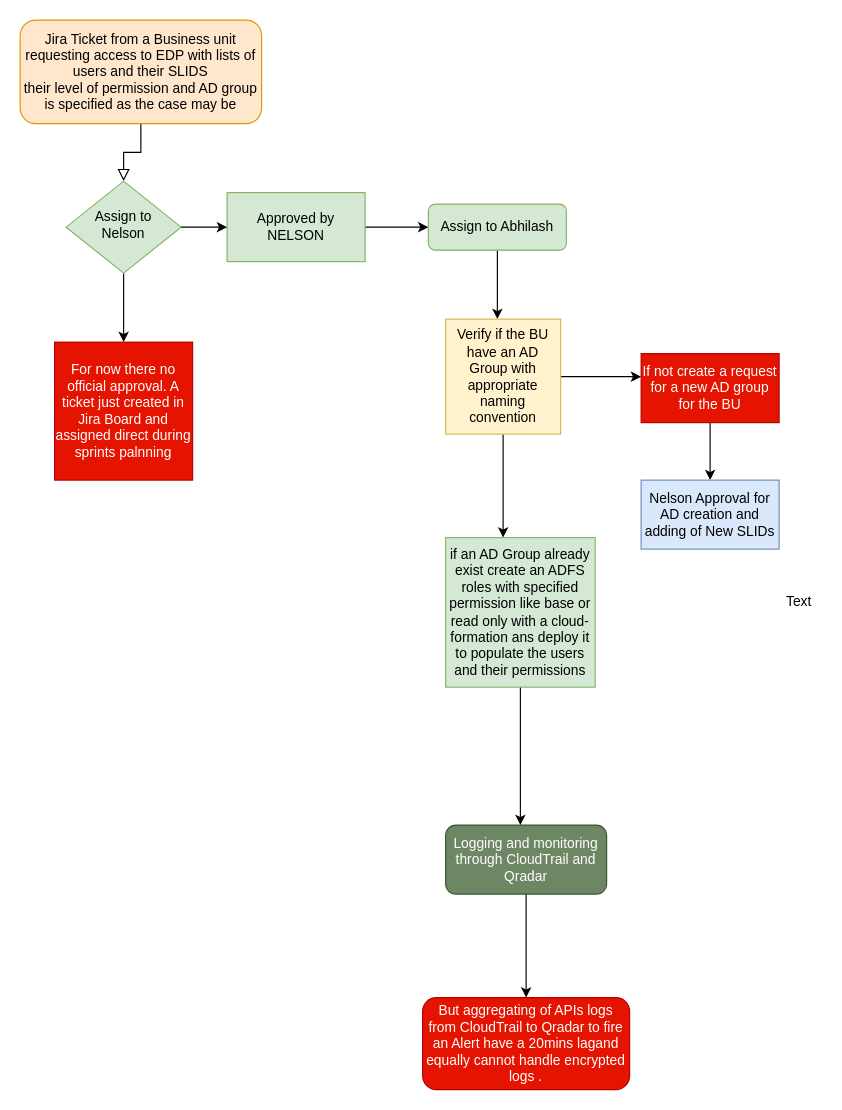
Above: IAM FOLWCHAT .drawio in devopseze/agbaeze (draw.io), before the change. Source tidied: cells renumbered, new cells numbered last; positions are measured from the earlier drawing's top-left corner, leaving out a move shared by most shapes. Both pictures are drawn from the tidied source at 115%, with x=0, y=0 at pixel (20, 20).
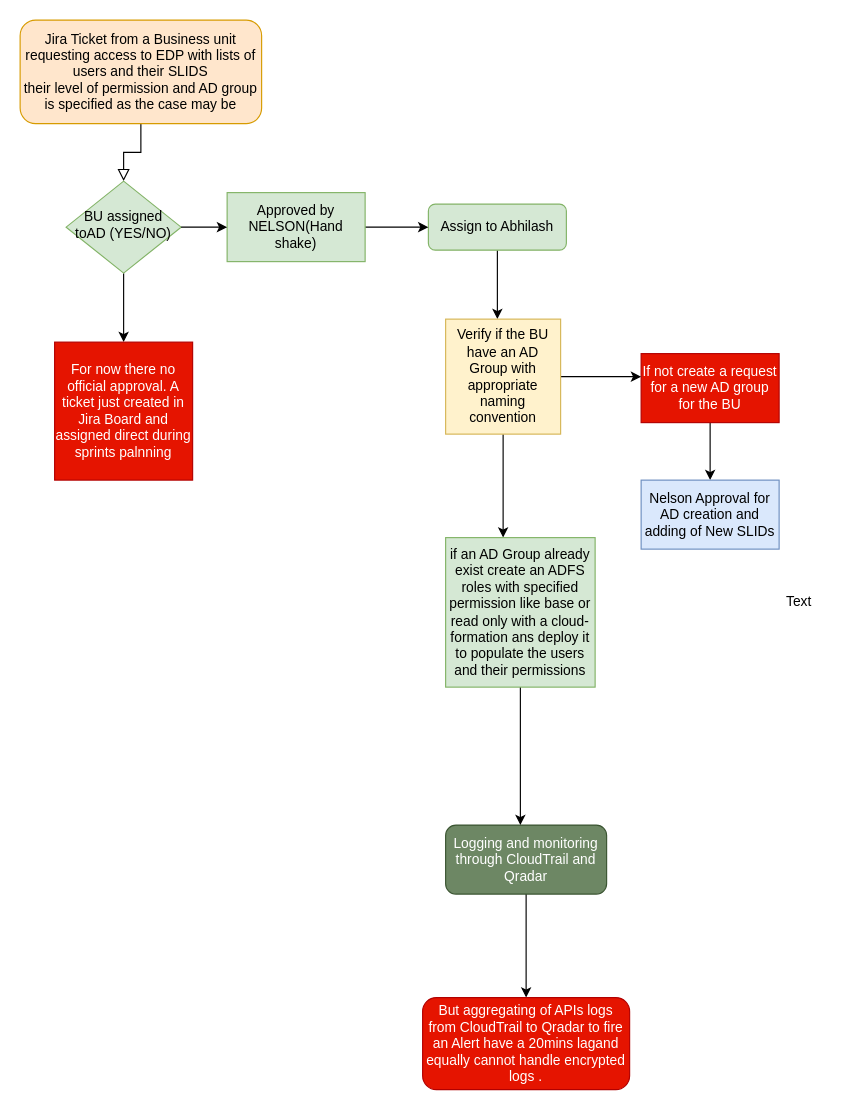
Above is the later version.

Change to the diagram source:
```diff
@@
-    <mxCell id="5" value="Assign to Nelson " style="rhombus;whiteSpace=wrap;html=1;shadow=0;fontFamily=Helvetica;fontSize=12;align=center;strokeWidth=1;spacing=6;spacingTop=-4;fillColor=#d5e8d4;strokeColor=#82b366;" parent="1" vertex="1">
+    <mxCell id="5" value="BU assigned toAD (YES/NO)" style="rhombus;whiteSpace=wrap;html=1;shadow=0;fontFamily=Helvetica;fontSize=12;align=center;strokeWidth=1;spacing=6;spacingTop=-4;fillColor=#d5e8d4;strokeColor=#82b366;" parent="1" vertex="1">
       <mxGeometry x="40" y="140" width="100" height="80" as="geometry" />
     </mxCell>
@@
-    <mxCell id="19" value="Approved by NELSON " style="rounded=0;whiteSpace=wrap;html=1;fillColor=#d5e8d4;strokeColor=#82b366;" parent="1" vertex="1">
+    <mxCell id="19" value="Approved by NELSON(Hand shake)" style="rounded=0;whiteSpace=wrap;html=1;fillColor=#d5e8d4;strokeColor=#82b366;" parent="1" vertex="1">
       <mxGeometry x="180" y="150" width="120" height="60" as="geometry" />
     </mxCell>
```
